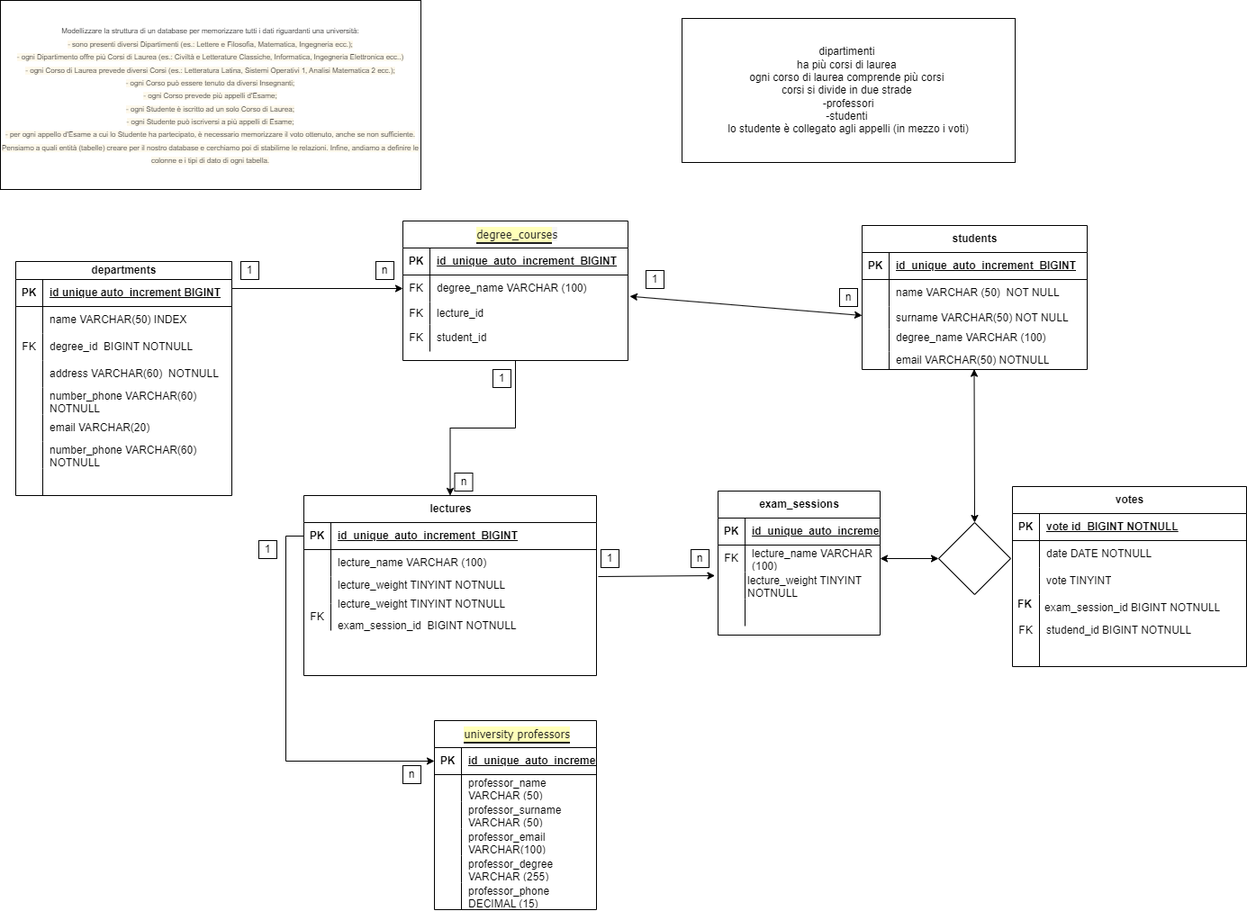
Earlier version of the draw.io export Gruppo 3.drawio.png (GiuseppeIndomenico/db-university). Source tidied: cells renumbered, new cells last; positions are measured from the earlier drawing's top-left corner, leaving out a move shared by most shapes.
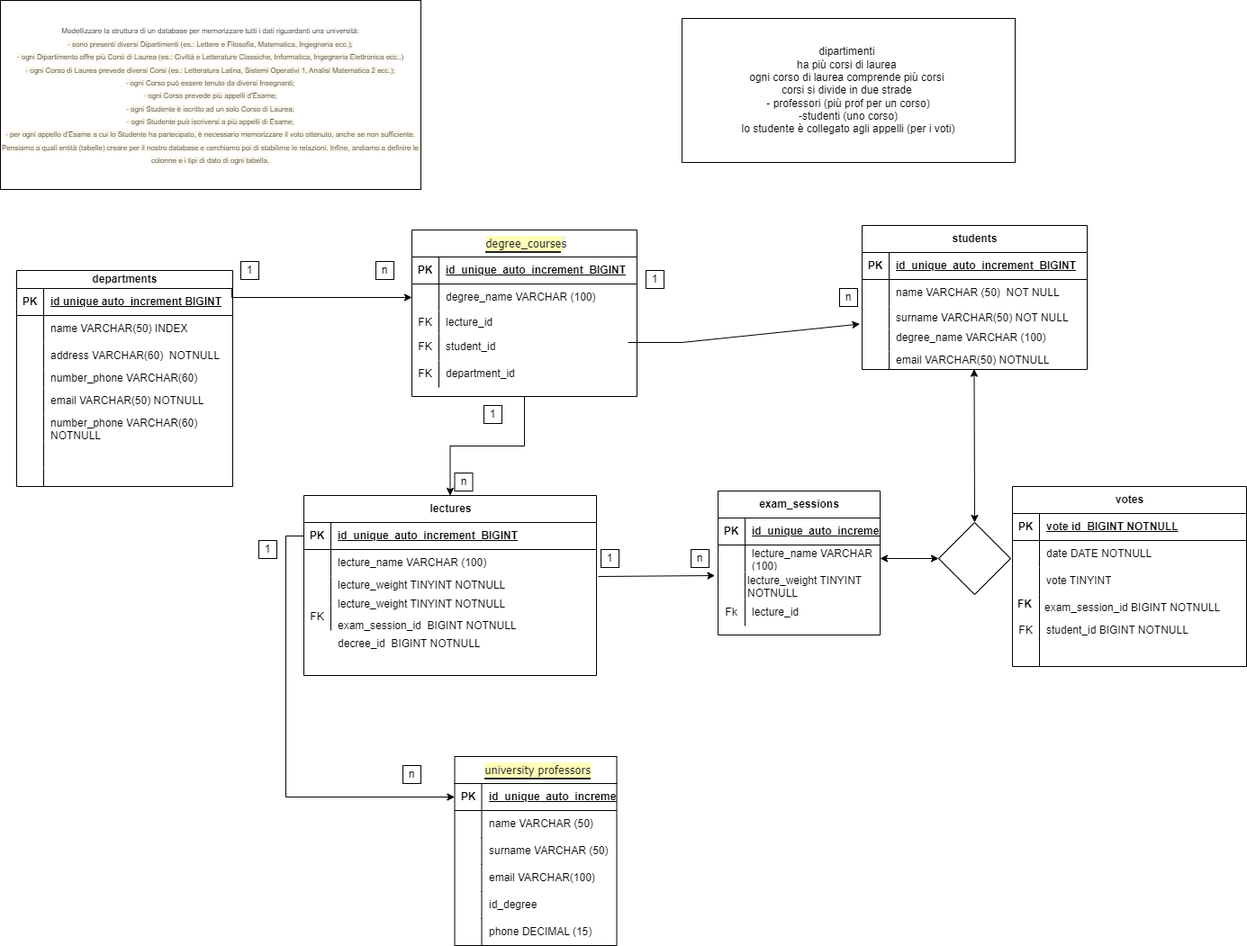
After the change.

Diff of the diagram source:
```diff
@@ -8,3 +8,3 @@
     <mxCell id="3" value="departments" style="shape=table;startSize=20;rowLines=0;fontStyle=1;align=center;html=1;" parent="1" vertex="1">
-      <mxGeometry x="17" y="290" width="240" height="260" as="geometry" />
+      <mxGeometry x="18" y="300" width="240" height="240" as="geometry" />
     </mxCell>
@@ -28,13 +28,4 @@
     </mxCell>
-    <mxCell id="10" style="shape=tableRow;horizontal=0;startSize=0;swimlaneHead=0;swimlaneBody=0;fillColor=none;top=0;left=0;right=0;bottom=0;" parent="3" vertex="1">
-      <mxGeometry y="80" width="240" height="30" as="geometry" />
-    </mxCell>
-    <mxCell id="11" value="FK" style="shape=partialRectangle;fillColor=none;top=0;left=0;bottom=0;right=0;overflow=hidden;whiteSpace=wrap;html=1;" parent="10" vertex="1">
-      <mxGeometry width="30" height="30" as="geometry" />
-    </mxCell>
-    <mxCell id="12" value="degree_id&amp;nbsp; BIGINT NOTNULL" style="shape=partialRectangle;fillColor=none;top=0;left=0;bottom=0;right=0;align=left;spacingLeft=6;overflow=hidden;whiteSpace=wrap;html=1;" parent="10" vertex="1">
-      <mxGeometry x="30" width="210" height="30" as="geometry" />
-    </mxCell>
     <mxCell id="13" style="shape=tableRow;horizontal=0;startSize=0;swimlaneHead=0;swimlaneBody=0;fillColor=none;top=0;left=0;right=0;bottom=0;" parent="3" vertex="1">
-      <mxGeometry y="110" width="240" height="30" as="geometry" />
+      <mxGeometry y="80" width="240" height="30" as="geometry" />
     </mxCell>
@@ -47,12 +38,12 @@
     <mxCell id="16" style="shape=tableRow;horizontal=0;startSize=0;swimlaneHead=0;swimlaneBody=0;fillColor=none;top=0;left=0;right=0;bottom=0;" parent="3" vertex="1">
-      <mxGeometry y="140" width="240" height="30" as="geometry" />
+      <mxGeometry y="110" width="240" height="20" as="geometry" />
     </mxCell>
     <mxCell id="17" style="shape=partialRectangle;fillColor=none;top=0;left=0;bottom=0;right=0;overflow=hidden;whiteSpace=wrap;html=1;" parent="16" vertex="1">
-      <mxGeometry width="30" height="30" as="geometry" />
+      <mxGeometry width="30" height="20" as="geometry" />
     </mxCell>
     <mxCell id="18" value="number_phone VARCHAR(60)&amp;nbsp; NOTNULL" style="shape=partialRectangle;fillColor=none;top=0;left=0;bottom=0;right=0;align=left;spacingLeft=6;overflow=hidden;whiteSpace=wrap;html=1;" parent="16" vertex="1">
-      <mxGeometry x="30" width="210" height="30" as="geometry" />
+      <mxGeometry x="30" width="210" height="20" as="geometry" />
     </mxCell>
     <mxCell id="19" style="shape=tableRow;horizontal=0;startSize=0;swimlaneHead=0;swimlaneBody=0;fillColor=none;top=0;left=0;right=0;bottom=0;" parent="3" vertex="1">
-      <mxGeometry y="170" width="240" height="30" as="geometry" />
+      <mxGeometry y="130" width="240" height="30" as="geometry" />
     </mxCell>
@@ -61,3 +52,3 @@
     </mxCell>
-    <mxCell id="21" value="email VARCHAR(20)" style="shape=partialRectangle;fillColor=none;top=0;left=0;bottom=0;right=0;align=left;spacingLeft=6;overflow=hidden;whiteSpace=wrap;html=1;" parent="19" vertex="1">
+    <mxCell id="21" value="email VARCHAR(50) NOTNULL" style="shape=partialRectangle;fillColor=none;top=0;left=0;bottom=0;right=0;align=left;spacingLeft=6;overflow=hidden;whiteSpace=wrap;html=1;" parent="19" vertex="1">
       <mxGeometry x="30" width="210" height="30" as="geometry" />
@@ -65,3 +56,3 @@
     <mxCell id="22" style="shape=tableRow;horizontal=0;startSize=0;swimlaneHead=0;swimlaneBody=0;fillColor=none;top=0;left=0;right=0;bottom=0;" parent="3" vertex="1">
-      <mxGeometry y="200" width="240" height="30" as="geometry" />
+      <mxGeometry y="160" width="240" height="30" as="geometry" />
     </mxCell>
@@ -73,10 +64,19 @@
     </mxCell>
+    <mxCell id="10" style="shape=tableRow;horizontal=0;startSize=0;swimlaneHead=0;swimlaneBody=0;fillColor=none;top=0;left=0;right=0;bottom=0;" parent="3" vertex="1">
+      <mxGeometry y="190" width="240" height="30" as="geometry" />
+    </mxCell>
+    <mxCell id="11" style="shape=partialRectangle;fillColor=none;top=0;left=0;bottom=0;right=0;overflow=hidden;whiteSpace=wrap;html=1;" parent="10" vertex="1">
+      <mxGeometry width="30" height="30" as="geometry" />
+    </mxCell>
+    <mxCell id="12" style="shape=partialRectangle;fillColor=none;top=0;left=0;bottom=0;right=0;align=left;spacingLeft=6;overflow=hidden;whiteSpace=wrap;html=1;" parent="10" vertex="1">
+      <mxGeometry x="30" width="210" height="30" as="geometry" />
+    </mxCell>
     <mxCell id="25" style="shape=tableRow;horizontal=0;startSize=0;swimlaneHead=0;swimlaneBody=0;fillColor=none;top=0;left=0;right=0;bottom=0;" parent="3" vertex="1">
-      <mxGeometry y="230" width="240" height="30" as="geometry" />
+      <mxGeometry y="220" width="240" height="20" as="geometry" />
     </mxCell>
     <mxCell id="26" style="shape=partialRectangle;fillColor=none;top=0;left=0;bottom=0;right=0;overflow=hidden;whiteSpace=wrap;html=1;" parent="25" vertex="1">
-      <mxGeometry width="30" height="30" as="geometry" />
+      <mxGeometry width="30" height="20" as="geometry" />
     </mxCell>
     <mxCell id="27" style="shape=partialRectangle;fillColor=none;top=0;left=0;bottom=0;right=0;align=left;spacingLeft=6;overflow=hidden;whiteSpace=wrap;html=1;" parent="25" vertex="1">
-      <mxGeometry x="30" width="210" height="30" as="geometry" />
+      <mxGeometry x="30" width="210" height="20" as="geometry" />
     </mxCell>
@@ -86,3 +86,3 @@
     <mxCell id="29" value="&lt;div style=&quot;text-align: left;&quot;&gt;&lt;span style=&quot;background-color: initial;&quot;&gt;&amp;nbsp;&lt;/span&gt;&lt;a style=&quot;outline: 0px; text-decoration-line: none; font-family: Montserrat, Tahoma, Meiryo, sans-serif; font-size: 13px; font-weight: 400; text-align: left; background-color: rgb(245, 245, 245);&quot; rel=&quot;nofollow&quot; href=&quot;https://context.reverso.net/traduzione/inglese-italiano/degree+course&quot; class=&quot;link_highlighted&quot;&gt;&lt;span style=&quot;outline: 0px; border-bottom: 2px solid; padding-bottom: 1px; color: rgb(34, 34, 34); background-color: rgb(255, 255, 185); cursor: pointer;&quot;&gt;degree_course&lt;/span&gt;&lt;/a&gt;&lt;font face=&quot;Montserrat, Tahoma, Meiryo, sans-serif&quot; color=&quot;#222222&quot;&gt;&lt;span style=&quot;font-size: 13px; font-weight: 400; background-color: rgb(245, 245, 245);&quot;&gt;s&lt;/span&gt;&lt;/font&gt;&lt;/div&gt;" style="shape=table;startSize=30;rowLines=0;fontStyle=1;align=center;html=1;" parent="1" vertex="1">
-      <mxGeometry x="447" y="245" width="250" height="155" as="geometry" />
+      <mxGeometry x="457" y="255" width="250" height="185" as="geometry" />
     </mxCell>
@@ -100,3 +100,3 @@
     </mxCell>
-    <mxCell id="34" value="FK" style="shape=partialRectangle;fillColor=none;top=0;left=0;bottom=0;right=0;overflow=hidden;whiteSpace=wrap;html=1;" parent="33" vertex="1">
+    <mxCell id="34" style="shape=partialRectangle;fillColor=none;top=0;left=0;bottom=0;right=0;overflow=hidden;whiteSpace=wrap;html=1;" parent="33" vertex="1">
       <mxGeometry width="30" height="30" as="geometry" />
@@ -124,2 +124,11 @@
     </mxCell>
+    <mxCell id="141" style="shape=tableRow;horizontal=0;startSize=0;swimlaneHead=0;swimlaneBody=0;fillColor=none;top=0;left=0;right=0;bottom=0;" parent="29" vertex="1">
+      <mxGeometry y="145" width="250" height="30" as="geometry" />
+    </mxCell>
+    <mxCell id="142" value="FK" style="shape=partialRectangle;fillColor=none;top=0;left=0;bottom=0;right=0;overflow=hidden;whiteSpace=wrap;html=1;" parent="141" vertex="1">
+      <mxGeometry width="30" height="30" as="geometry" />
+    </mxCell>
+    <mxCell id="143" value="department_id" style="shape=partialRectangle;fillColor=none;top=0;left=0;bottom=0;right=0;align=left;spacingLeft=6;overflow=hidden;whiteSpace=wrap;html=1;" parent="141" vertex="1">
+      <mxGeometry x="30" width="220" height="30" as="geometry" />
+    </mxCell>
     <mxCell id="42" value="1" style="rounded=0;whiteSpace=wrap;html=1;" parent="1" vertex="1">
@@ -170,3 +179,3 @@
     <mxCell id="57" value="&amp;nbsp;&lt;a style=&quot;outline: 0px; text-decoration-line: none; font-family: Montserrat, Tahoma, Meiryo, sans-serif; font-size: 13px; font-weight: 400; text-align: left; background-color: rgb(245, 245, 245);&quot; rel=&quot;nofollow&quot; href=&quot;https://context.reverso.net/traduzione/inglese-italiano/university+professors&quot; class=&quot;link_highlighted&quot;&gt;&lt;span style=&quot;outline: 0px; border-bottom: 2px solid; padding-bottom: 1px; color: rgb(34, 34, 34); background-color: rgb(255, 255, 185); cursor: pointer;&quot;&gt;university professors&lt;/span&gt;&lt;/a&gt;" style="shape=table;startSize=30;rowLines=0;fontStyle=1;align=center;html=1;" parent="1" vertex="1">
-      <mxGeometry x="482" y="800" width="180" height="210" as="geometry" />
+      <mxGeometry x="504.5" y="840" width="180" height="210" as="geometry" />
     </mxCell>
@@ -187,3 +196,3 @@
     </mxCell>
-    <mxCell id="63" value="professor_name VARCHAR (50)&amp;nbsp;" style="shape=partialRectangle;fillColor=none;top=0;left=0;bottom=0;right=0;align=left;spacingLeft=6;overflow=hidden;whiteSpace=wrap;html=1;" parent="61" vertex="1">
+    <mxCell id="63" value="name VARCHAR (50)&amp;nbsp;" style="shape=partialRectangle;fillColor=none;top=0;left=0;bottom=0;right=0;align=left;spacingLeft=6;overflow=hidden;whiteSpace=wrap;html=1;" parent="61" vertex="1">
       <mxGeometry x="30" width="150" height="30" as="geometry" />
@@ -196,3 +205,3 @@
     </mxCell>
-    <mxCell id="66" value="professor_surname VARCHAR (50)" style="shape=partialRectangle;fillColor=none;top=0;left=0;bottom=0;right=0;align=left;spacingLeft=6;overflow=hidden;whiteSpace=wrap;html=1;" parent="64" vertex="1">
+    <mxCell id="66" value="surname VARCHAR (50)" style="shape=partialRectangle;fillColor=none;top=0;left=0;bottom=0;right=0;align=left;spacingLeft=6;overflow=hidden;whiteSpace=wrap;html=1;" parent="64" vertex="1">
       <mxGeometry x="30" width="150" height="30" as="geometry" />
@@ -205,3 +214,3 @@
     </mxCell>
-    <mxCell id="69" value="professor_email VARCHAR(100)" style="shape=partialRectangle;fillColor=none;top=0;left=0;bottom=0;right=0;align=left;spacingLeft=6;overflow=hidden;whiteSpace=wrap;html=1;" parent="67" vertex="1">
+    <mxCell id="69" value="email VARCHAR(100)" style="shape=partialRectangle;fillColor=none;top=0;left=0;bottom=0;right=0;align=left;spacingLeft=6;overflow=hidden;whiteSpace=wrap;html=1;" parent="67" vertex="1">
       <mxGeometry x="30" width="150" height="30" as="geometry" />
@@ -214,3 +223,3 @@
     </mxCell>
-    <mxCell id="72" value="professor_degree VARCHAR (255)" style="shape=partialRectangle;fillColor=none;top=0;left=0;bottom=0;right=0;align=left;spacingLeft=6;overflow=hidden;whiteSpace=wrap;html=1;" parent="70" vertex="1">
+    <mxCell id="72" value="id_degree&amp;nbsp;" style="shape=partialRectangle;fillColor=none;top=0;left=0;bottom=0;right=0;align=left;spacingLeft=6;overflow=hidden;whiteSpace=wrap;html=1;" parent="70" vertex="1">
       <mxGeometry x="30" width="150" height="30" as="geometry" />
@@ -223,3 +232,3 @@
     </mxCell>
-    <mxCell id="75" value="professor_phone DECIMAL (15)" style="shape=partialRectangle;fillColor=none;top=0;left=0;bottom=0;right=0;align=left;spacingLeft=6;overflow=hidden;whiteSpace=wrap;html=1;" parent="73" vertex="1">
+    <mxCell id="75" value="phone DECIMAL (15)" style="shape=partialRectangle;fillColor=none;top=0;left=0;bottom=0;right=0;align=left;spacingLeft=6;overflow=hidden;whiteSpace=wrap;html=1;" parent="73" vertex="1">
       <mxGeometry x="30" width="150" height="30" as="geometry" />
@@ -233,3 +242,3 @@
     </mxCell>
-    <mxCell id="77" value="dipartimenti&amp;nbsp;&lt;br&gt;ha più corsi di laurea&amp;nbsp;&lt;br&gt;ogni corso di laurea comprende più corsi&amp;nbsp;&lt;br&gt;corsi si divide in due strade&amp;nbsp;&lt;br&gt;-professori&lt;br&gt;-studenti&amp;nbsp;&lt;br&gt;lo studente è collegato agli appelli (in mezzo i voti)" style="rounded=0;whiteSpace=wrap;html=1;" parent="1" vertex="1">
+    <mxCell id="77" value="dipartimenti&amp;nbsp;&lt;br&gt;ha più corsi di laurea&amp;nbsp;&lt;br&gt;ogni corso di laurea comprende più corsi&amp;nbsp;&lt;br&gt;corsi si divide in due strade&amp;nbsp;&lt;br&gt;- professori (più prof per un corso)&lt;br&gt;-studenti (uno corso)&lt;br&gt;lo studente è collegato agli appelli (per i voti)" style="rounded=0;whiteSpace=wrap;html=1;" parent="1" vertex="1">
       <mxGeometry x="757" y="20" width="370" height="160" as="geometry" />
@@ -237,3 +246,3 @@
     <mxCell id="78" value="1" style="rounded=0;whiteSpace=wrap;html=1;" parent="1" vertex="1">
-      <mxGeometry x="547" y="410" width="20" height="20" as="geometry" />
+      <mxGeometry x="537" y="450" width="20" height="20" as="geometry" />
     </mxCell>
@@ -257,3 +266,3 @@
     </mxCell>
-    <mxCell id="85" value="FK" style="shape=partialRectangle;fillColor=none;top=0;left=0;bottom=0;right=0;overflow=hidden;whiteSpace=wrap;html=1;" parent="84" vertex="1">
+    <mxCell id="85" style="shape=partialRectangle;fillColor=none;top=0;left=0;bottom=0;right=0;overflow=hidden;whiteSpace=wrap;html=1;" parent="84" vertex="1">
       <mxGeometry width="30" height="30" as="geometry" />
@@ -275,6 +284,6 @@
     </mxCell>
-    <mxCell id="91" style="shape=partialRectangle;fillColor=none;top=0;left=0;bottom=0;right=0;overflow=hidden;whiteSpace=wrap;html=1;" parent="90" vertex="1">
+    <mxCell id="91" value="Fk" style="shape=partialRectangle;fillColor=none;top=0;left=0;bottom=0;right=0;overflow=hidden;whiteSpace=wrap;html=1;" parent="90" vertex="1">
       <mxGeometry width="30" height="30" as="geometry" />
     </mxCell>
-    <mxCell id="92" style="shape=partialRectangle;fillColor=none;top=0;left=0;bottom=0;right=0;align=left;spacingLeft=6;overflow=hidden;whiteSpace=wrap;html=1;" parent="90" vertex="1">
+    <mxCell id="92" value="lecture_id" style="shape=partialRectangle;fillColor=none;top=0;left=0;bottom=0;right=0;align=left;spacingLeft=6;overflow=hidden;whiteSpace=wrap;html=1;" parent="90" vertex="1">
       <mxGeometry x="30" width="150" height="30" as="geometry" />
@@ -320,3 +329,3 @@
     </mxCell>
-    <mxCell id="106" value="studend_id BIGINT NOTNULL" style="shape=partialRectangle;fillColor=none;top=0;left=0;bottom=0;right=0;align=left;spacingLeft=6;overflow=hidden;whiteSpace=wrap;html=1;" parent="104" vertex="1">
+    <mxCell id="106" value="student_id BIGINT NOTNULL" style="shape=partialRectangle;fillColor=none;top=0;left=0;bottom=0;right=0;align=left;spacingLeft=6;overflow=hidden;whiteSpace=wrap;html=1;" parent="104" vertex="1">
       <mxGeometry x="30" width="230" height="80" as="geometry" />
@@ -407,7 +416,2 @@
     </mxCell>
-    <mxCell id="135" style="endArrow=classic;startArrow=classic;html=1;rounded=0;exitX=1.008;exitY=0.789;exitDx=0;exitDy=0;exitPerimeter=0;" parent="1" edge="1" source="33">
-      <mxGeometry relative="1" as="geometry">
-        <mxPoint x="957" y="350" as="targetPoint" />
-      </mxGeometry>
-    </mxCell>
     <mxCell id="136" value="n" style="rounded=0;whiteSpace=wrap;html=1;" parent="1" vertex="1">
@@ -427,2 +431,13 @@
     </mxCell>
+    <mxCell id="144" style="endArrow=classic;html=1;rounded=0;entryX=-0.01;entryY=0.78;entryDx=0;entryDy=0;entryPerimeter=0;" parent="1" edge="1" target="119">
+      <mxGeometry relative="1" as="geometry">
+        <mxPoint x="697" y="380" as="sourcePoint" />
+        <Array as="points">
+          <mxPoint x="757" y="380" />
+        </Array>
+      </mxGeometry>
+    </mxCell>
+    <mxCell id="145" value="decree_id&amp;nbsp; BIGINT NOTNULL" style="shape=partialRectangle;fillColor=none;top=0;left=0;bottom=0;right=0;align=left;spacingLeft=6;overflow=hidden;whiteSpace=wrap;html=1;" parent="1" vertex="1">
+      <mxGeometry x="367" y="700" width="210" height="30" as="geometry" />
+    </mxCell>
   </root>
```
